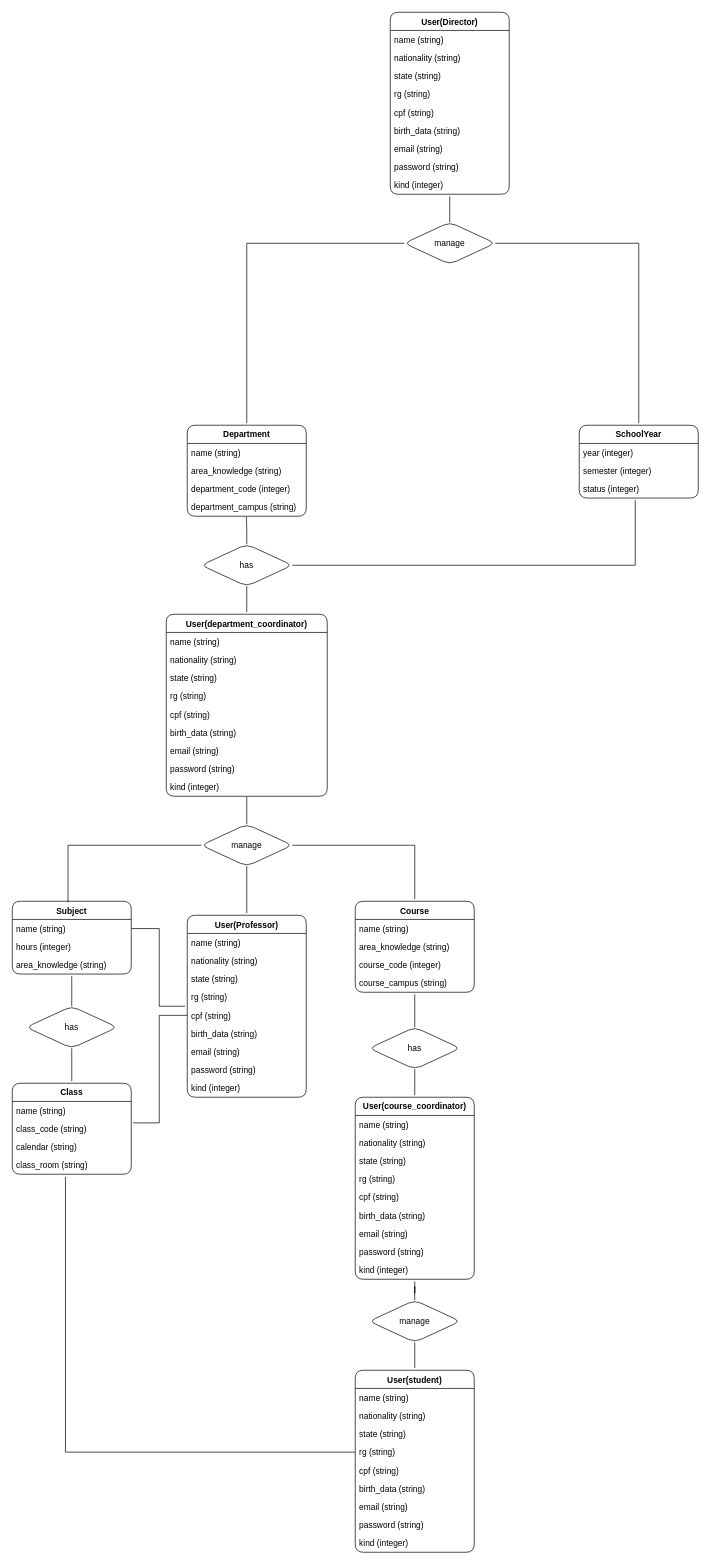
This is projeto_final.drawio from rrafaelmartins/projetofinalPSIN_22_1, a draw.io file, before an edit. Source tidied: cells renumbered, new cells numbered last; positions are measured from the earlier drawing's top-left corner, leaving out a move shared by most shapes. Both pictures are drawn from the tidied source at 70%, with x=0, y=0 at pixel (12, 12).
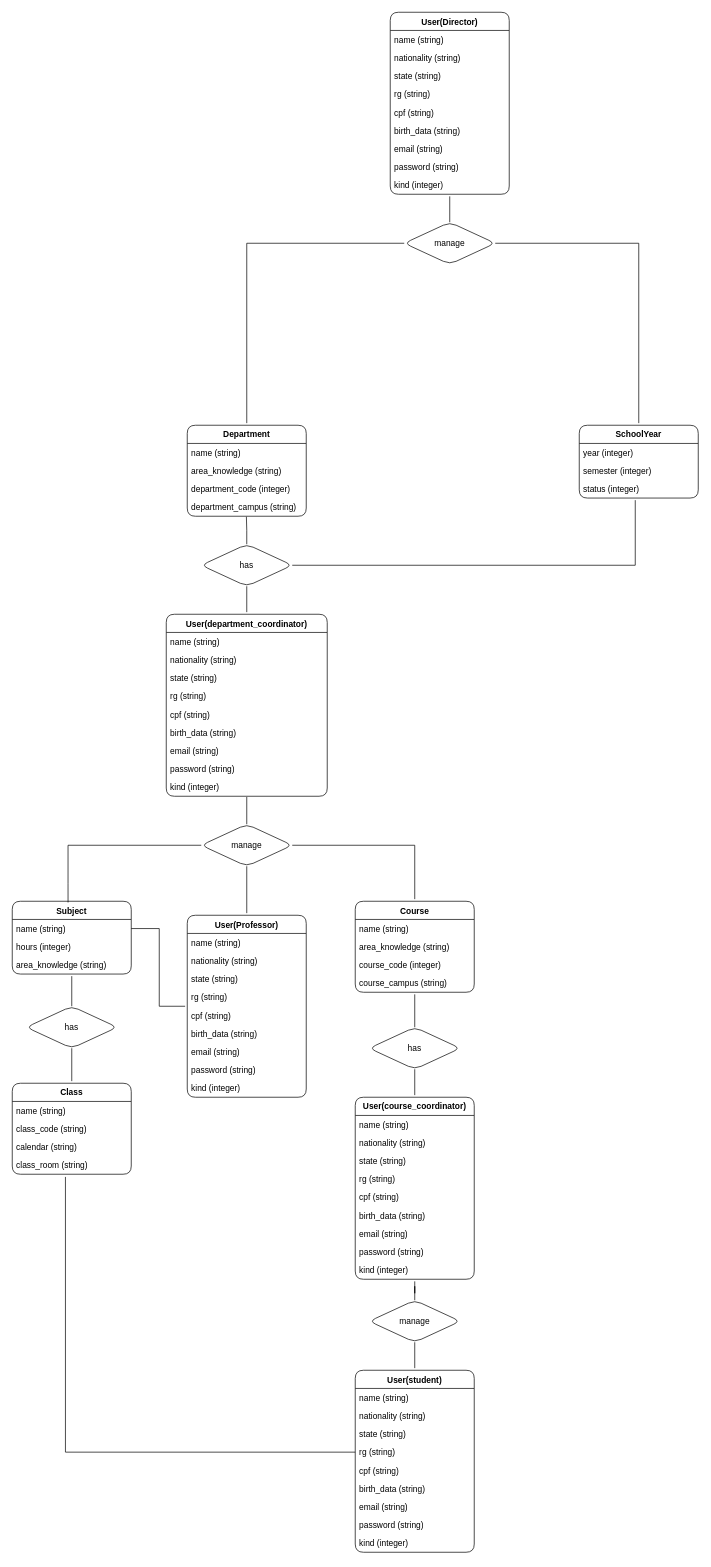
The same diagram, later.

The change refers to these unchanged cells:
```xml
<mxCell id="37" value="class_code (string)" style="text;strokeColor=none;fillColor=none;align=left;verticalAlign=top;spacingLeft=4;spacingRight=4;overflow=hidden;points=[[0,0.5],[1,0.5]];portConstraint=eastwest;" parent="35" vertex="1">
  <mxGeometry y="52" width="170" height="26" as="geometry" />
</mxCell>
<mxCell id="63" value="cpf (string)" style="text;strokeColor=none;fillColor=none;align=left;verticalAlign=top;spacingLeft=4;spacingRight=4;overflow=hidden;points=[[0,0.5],[1,0.5]];portConstraint=eastwest;" parent="58" vertex="1">
  <mxGeometry y="130" width="170" height="26" as="geometry" />
</mxCell>
```

Change to the diagram source:
```diff
@@
-    <mxCell id="98" style="edgeStyle=orthogonalEdgeStyle;rounded=0;jettySize=auto;html=1;endArrow=none;endFill=0;entryX=1.015;entryY=0.178;entryDx=0;entryDy=0;entryPerimeter=0;" parent="1" edge="1" source="63" target="37">
-      <mxGeometry relative="1" as="geometry" />
-    </mxCell>
```
